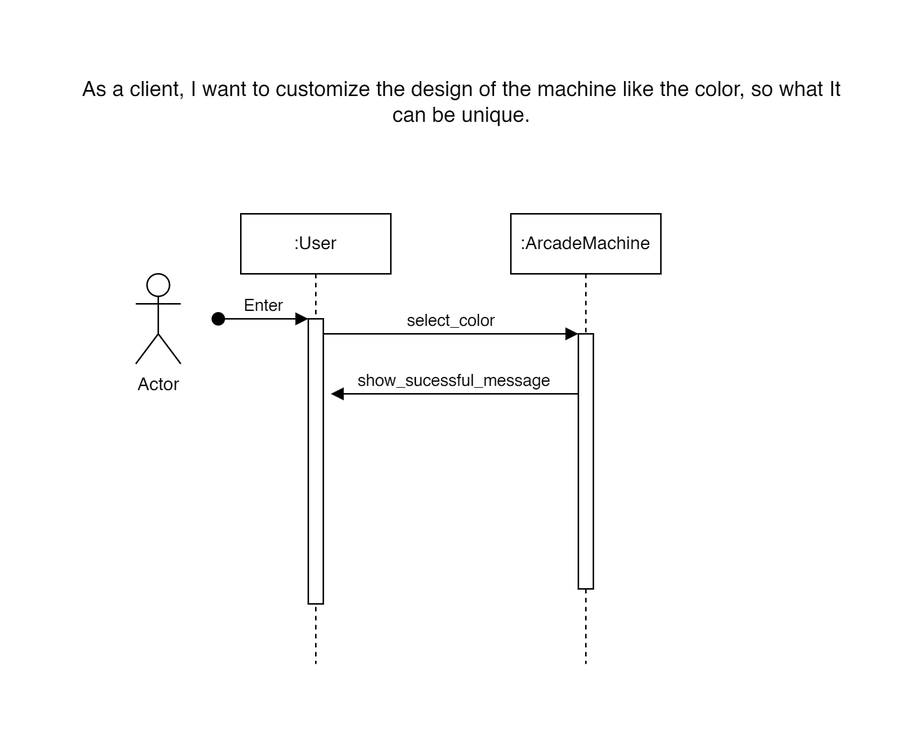
anunezb18/software-modeling-1 keeps this draw.io diagram as first_workshop/diagrams/activity_diagram5.png. Above is the earlier version. Source tidied: cells renumbered, new cells last; positions are measured from the earlier drawing's top-left corner, leaving out a move shared by most shapes.
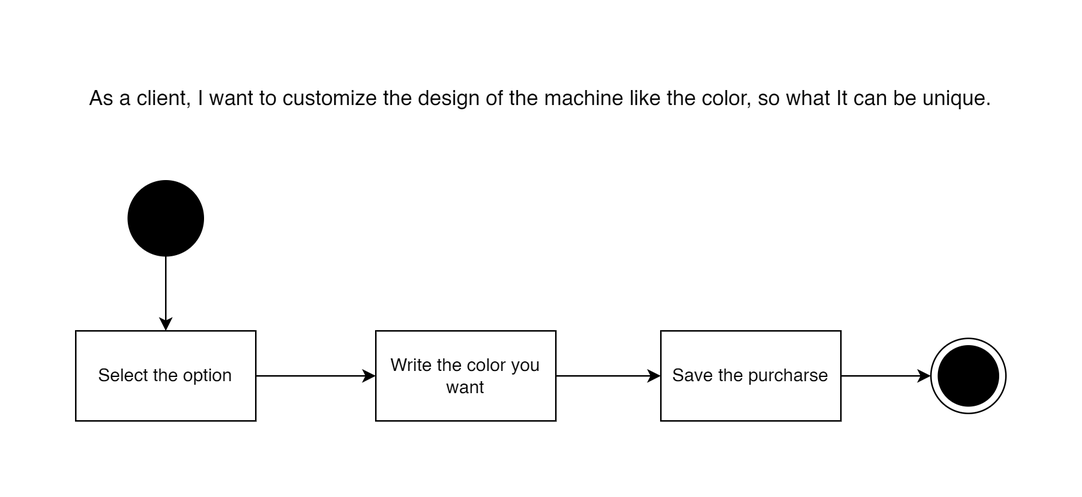
After the commit.

What changed in the source:
```diff
@@ -2,43 +2,38 @@
   <root>
     <mxCell id="0" />
     <mxCell id="1" parent="0" />
-    <mxCell id="2" value=":User" style="shape=umlLifeline;perimeter=lifelinePerimeter;whiteSpace=wrap;html=1;newEdgeStyle={&quot;edgeStyle&quot;:&quot;elbowEdgeStyle&quot;,&quot;elbow&quot;:&quot;vertical&quot;,&quot;curved&quot;:0,&quot;rounded&quot;:0};" parent="1" vertex="1">
-      <mxGeometry x="110" y="90" width="100" height="300" as="geometry" />
-    </mxCell>
-    <mxCell id="3" style="html=1;points=[];perimeter=orthogonalPerimeter;outlineConnect=0;targetShapes=umlLifeline;portConstraint=eastwest;newEdgeStyle={&quot;edgeStyle&quot;:&quot;elbowEdgeStyle&quot;,&quot;elbow&quot;:&quot;vertical&quot;,&quot;curved&quot;:0,&quot;rounded&quot;:0};" parent="2" vertex="1">
-      <mxGeometry x="45" y="70" width="10" height="190" as="geometry" />
-    </mxCell>
-    <mxCell id="4" value="Enter" style="html=1;verticalAlign=bottom;startArrow=oval;endArrow=block;startSize=8;edgeStyle=elbowEdgeStyle;elbow=vertical;curved=0;rounded=0;" parent="2" edge="1" target="3">
-      <mxGeometry relative="1" as="geometry">
-        <mxPoint x="-15" y="70" as="sourcePoint" />
-      </mxGeometry>
-    </mxCell>
-    <mxCell id="5" value=":ArcadeMachine" style="shape=umlLifeline;perimeter=lifelinePerimeter;whiteSpace=wrap;html=1;newEdgeStyle={&quot;edgeStyle&quot;:&quot;elbowEdgeStyle&quot;,&quot;elbow&quot;:&quot;vertical&quot;,&quot;curved&quot;:0,&quot;rounded&quot;:0};" parent="1" vertex="1">
-      <mxGeometry x="290" y="90" width="100" height="300" as="geometry" />
-    </mxCell>
-    <mxCell id="6" style="html=1;points=[];perimeter=orthogonalPerimeter;outlineConnect=0;targetShapes=umlLifeline;portConstraint=eastwest;newEdgeStyle={&quot;edgeStyle&quot;:&quot;elbowEdgeStyle&quot;,&quot;elbow&quot;:&quot;vertical&quot;,&quot;curved&quot;:0,&quot;rounded&quot;:0};" parent="5" vertex="1">
-      <mxGeometry x="45" y="80" width="10" height="170" as="geometry" />
-    </mxCell>
-    <mxCell id="7" value="select_color" style="html=1;verticalAlign=bottom;endArrow=block;edgeStyle=elbowEdgeStyle;elbow=horizontal;curved=0;rounded=0;" parent="1" edge="1" source="3" target="6">
-      <mxGeometry relative="1" as="geometry">
-        <Array as="points">
-          <mxPoint x="250" y="170" />
-        </Array>
-      </mxGeometry>
-    </mxCell>
-    <mxCell id="8" value="show_sucessful_message" style="html=1;verticalAlign=bottom;endArrow=block;edgeStyle=elbowEdgeStyle;elbow=vertical;curved=0;rounded=0;" parent="1" edge="1" source="6">
-      <mxGeometry relative="1" as="geometry">
-        <mxPoint x="170" y="210" as="targetPoint" />
-        <Array as="points">
-          <mxPoint x="260" y="210" />
-        </Array>
-      </mxGeometry>
-    </mxCell>
-    <mxCell id="9" value="Actor" style="shape=umlActor;verticalLabelPosition=bottom;verticalAlign=top;html=1;" parent="1" vertex="1">
-      <mxGeometry x="40" y="130" width="30" height="60" as="geometry" />
-    </mxCell>
     <mxCell id="10" value="&lt;font style=&quot;font-size: 14px;&quot;&gt;As a client, I want to customize the design of the machine like the color, so what It can be unique.&lt;/font&gt;" style="text;html=1;align=center;verticalAlign=middle;whiteSpace=wrap;rounded=0;" parent="1" vertex="1">
-      <mxGeometry width="515" height="30" as="geometry" />
+      <mxGeometry width="620" height="30" as="geometry" />
     </mxCell>
+    <mxCell id="11" style="edgeStyle=orthogonalEdgeStyle;rounded=0;jettySize=auto;html=1;entryX=0.5;entryY=0;entryDx=0;entryDy=0;" parent="1" edge="1" source="12" target="14">
+      <mxGeometry relative="1" as="geometry" />
+    </mxCell>
+    <mxCell id="12" style="ellipse;whiteSpace=wrap;html=1;fillColor=#000000;" parent="1" vertex="1">
+      <mxGeometry x="35" y="70" width="50" height="50" as="geometry" />
+    </mxCell>
+    <mxCell id="13" style="edgeStyle=orthogonalEdgeStyle;rounded=0;jettySize=auto;html=1;" parent="1" edge="1" source="14" target="16">
+      <mxGeometry relative="1" as="geometry" />
+    </mxCell>
+    <mxCell id="14" value="Select the option" style="rounded=0;whiteSpace=wrap;html=1;" parent="1" vertex="1">
+      <mxGeometry y="170" width="120" height="60" as="geometry" />
+    </mxCell>
+    <mxCell id="15" style="edgeStyle=orthogonalEdgeStyle;rounded=0;jettySize=auto;html=1;" parent="1" edge="1" source="16" target="18">
+      <mxGeometry relative="1" as="geometry" />
+    </mxCell>
+    <mxCell id="16" value="Write the color you want" style="whiteSpace=wrap;html=1;rounded=0;" parent="1" vertex="1">
+      <mxGeometry x="200" y="170" width="120" height="60" as="geometry" />
+    </mxCell>
+    <mxCell id="17" style="edgeStyle=orthogonalEdgeStyle;rounded=0;jettySize=auto;html=1;exitX=1;exitY=0.5;exitDx=0;exitDy=0;" parent="1" edge="1" source="18" target="19">
+      <mxGeometry relative="1" as="geometry" />
+    </mxCell>
+    <mxCell id="18" value="Save the purcharse" style="whiteSpace=wrap;html=1;rounded=0;" parent="1" vertex="1">
+      <mxGeometry x="390" y="170" width="120" height="60" as="geometry" />
+    </mxCell>
+    <mxCell id="19" style="ellipse;whiteSpace=wrap;html=1;rounded=0;" parent="1" vertex="1">
+      <mxGeometry x="570" y="175" width="50" height="50" as="geometry" />
+    </mxCell>
+    <mxCell id="20" style="ellipse;whiteSpace=wrap;html=1;fillColor=#000000;" parent="1" vertex="1">
+      <mxGeometry x="575" y="180" width="40" height="40" as="geometry" />
+    </mxCell>
   </root>
 </mxGraphModel>
```
